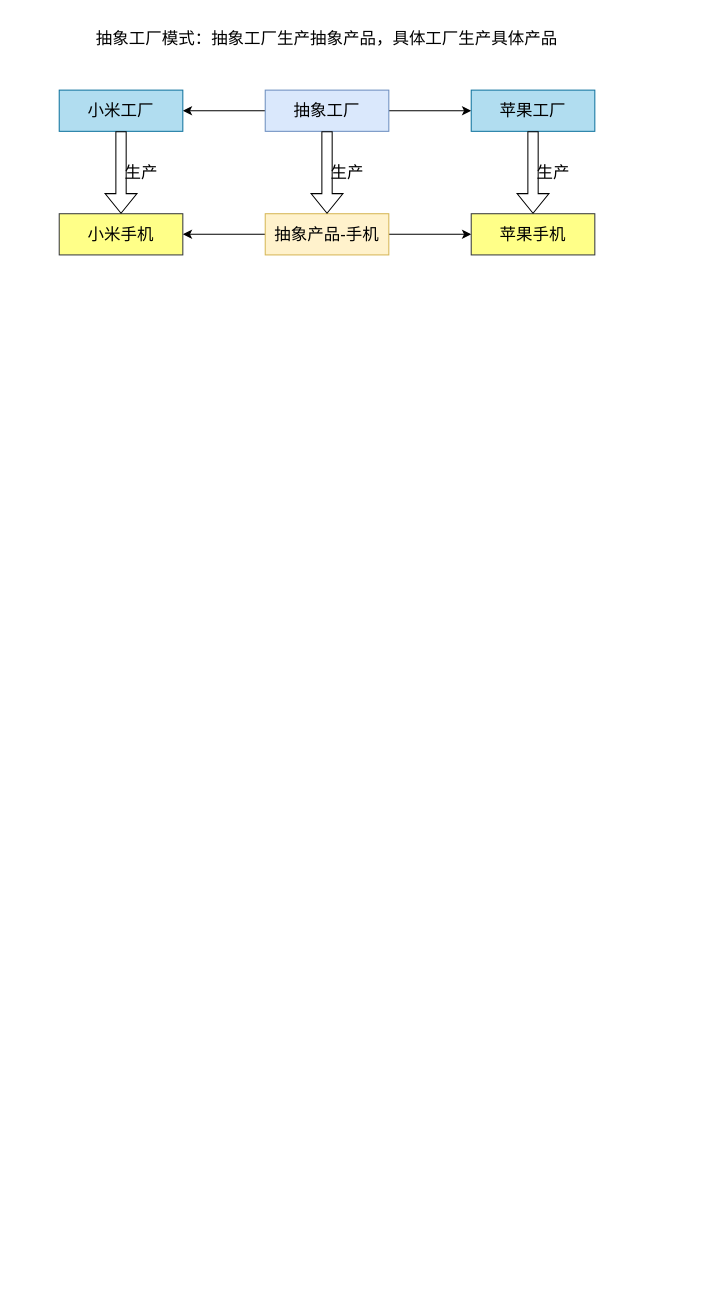
TengDK7/Diagram keeps this draw.io diagram as Untitled Diagram.drawio. Above is the earlier version. Source tidied: cells renumbered, new cells numbered last; positions are measured from the earlier drawing's top-left corner, leaving out a move shared by most shapes. Both pictures are drawn from the tidied source at 103%, with x=0, y=0 at pixel (59, 18).
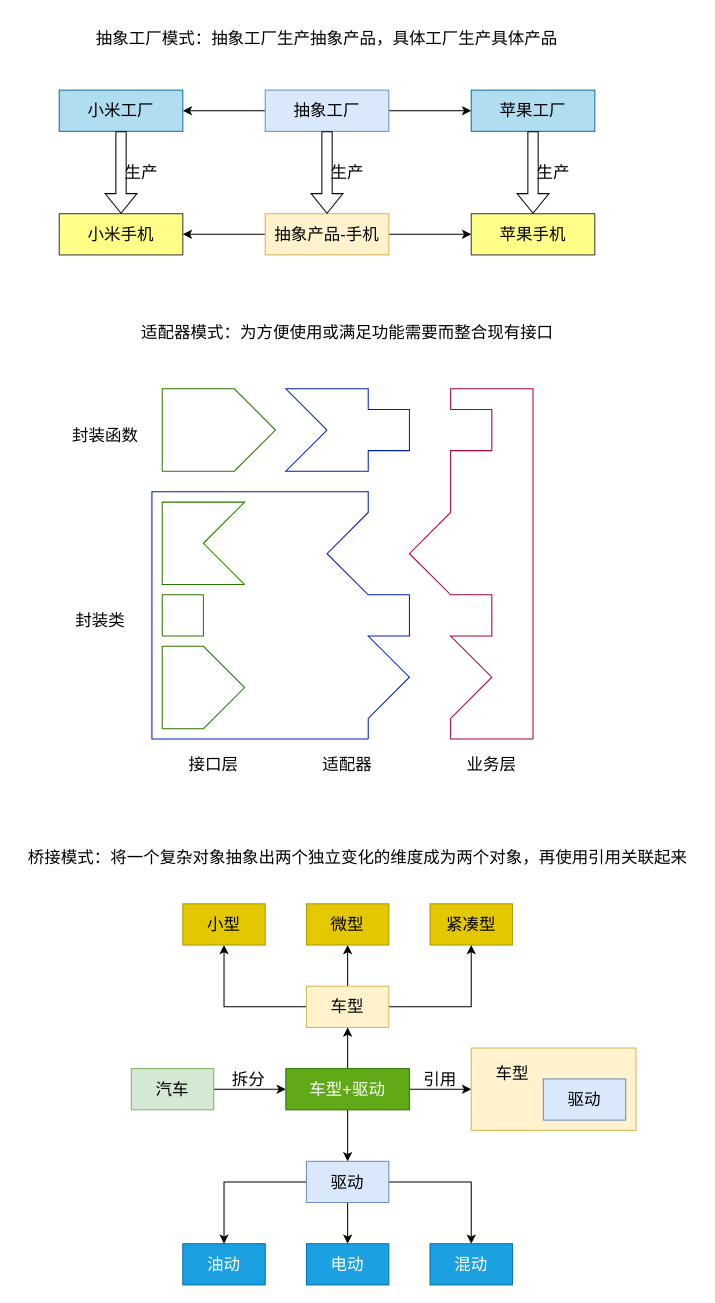
Above is the later version.

Diff of the diagram source:
```diff
@@
+    <mxCell id="19" value="适配器模式：为方便使用或满足功能需要而整合现有接口" style="text;html=1;strokeColor=none;fillColor=none;align=center;verticalAlign=middle;whiteSpace=wrap;rounded=0;fontSize=16;" parent="1" vertex="1">
+      <mxGeometry x="20" y="290" width="520" height="30" as="geometry" />
+    </mxCell>
+    <mxCell id="20" style="endArrow=none;html=1;rounded=0;fontSize=16;fillColor=#60a917;strokeColor=#2D7600;" parent="1" edge="1">
+      <mxGeometry relative="1" as="geometry">
+        <mxPoint x="100" y="400" as="sourcePoint" />
+        <mxPoint x="100" y="400" as="targetPoint" />
+        <Array as="points">
+          <mxPoint x="100" y="440" />
+          <mxPoint x="170" y="440" />
+          <mxPoint x="210" y="400" />
+          <mxPoint x="170" y="360" />
+          <mxPoint x="100" y="360" />
+        </Array>
+      </mxGeometry>
+    </mxCell>
+    <mxCell id="21" style="endArrow=none;html=1;rounded=0;fontSize=16;fillColor=#0050ef;strokeColor=#001DBC;" parent="1" edge="1">
+      <mxGeometry relative="1" as="geometry">
+        <mxPoint x="260" y="400" as="sourcePoint" />
+        <mxPoint x="260" y="400" as="targetPoint" />
+        <Array as="points">
+          <mxPoint x="220" y="440" />
+          <mxPoint x="300" y="440" />
+          <mxPoint x="300" y="420" />
+          <mxPoint x="340" y="420" />
+          <mxPoint x="340" y="380" />
+          <mxPoint x="300" y="380" />
+          <mxPoint x="300" y="360" />
+          <mxPoint x="220" y="360" />
+        </Array>
+      </mxGeometry>
+    </mxCell>
+    <mxCell id="22" style="endArrow=none;html=1;rounded=0;fontSize=16;fillColor=#d80073;strokeColor=#A50040;" parent="1" edge="1">
+      <mxGeometry relative="1" as="geometry">
+        <mxPoint x="460" y="700" as="sourcePoint" />
+        <mxPoint x="460" y="700" as="targetPoint" />
+        <Array as="points">
+          <mxPoint x="460" y="360" />
+          <mxPoint x="380" y="360" />
+          <mxPoint x="380" y="380" />
+          <mxPoint x="420" y="380" />
+          <mxPoint x="420" y="400" />
+          <mxPoint x="420" y="420" />
+          <mxPoint x="380" y="420" />
+          <mxPoint x="380" y="440" />
+          <mxPoint x="380" y="480" />
+          <mxPoint x="340" y="520" />
+          <mxPoint x="380" y="560" />
+          <mxPoint x="420" y="560" />
+          <mxPoint x="420" y="600" />
+          <mxPoint x="380" y="600" />
+          <mxPoint x="420" y="640" />
+          <mxPoint x="380" y="680" />
+          <mxPoint x="380" y="700" />
+        </Array>
+      </mxGeometry>
+    </mxCell>
+    <mxCell id="23" style="endArrow=none;html=1;rounded=0;fontSize=16;fillColor=#0050ef;strokeColor=#001DBC;" parent="1" edge="1">
+      <mxGeometry relative="1" as="geometry">
+        <mxPoint x="300" y="700" as="sourcePoint" />
+        <mxPoint x="300" y="700" as="targetPoint" />
+        <Array as="points">
+          <mxPoint x="300" y="680" />
+          <mxPoint x="340" y="640" />
+          <mxPoint x="300" y="600" />
+          <mxPoint x="340" y="600" />
+          <mxPoint x="340" y="560" />
+          <mxPoint x="300" y="560" />
+          <mxPoint x="260" y="520" />
+          <mxPoint x="300" y="480" />
+          <mxPoint x="300" y="460" />
+          <mxPoint x="90" y="460" />
+          <mxPoint x="90" y="700" />
+        </Array>
+      </mxGeometry>
+    </mxCell>
+    <mxCell id="24" style="endArrow=none;html=1;rounded=0;fontSize=16;fillColor=#60a917;strokeColor=#2D7600;" parent="1" edge="1">
+      <mxGeometry relative="1" as="geometry">
+        <mxPoint x="180" y="550" as="sourcePoint" />
+        <mxPoint x="180" y="550" as="targetPoint" />
+        <Array as="points">
+          <mxPoint x="100" y="550" />
+          <mxPoint x="100" y="470" />
+          <mxPoint x="180" y="470" />
+          <mxPoint x="140" y="510" />
+        </Array>
+      </mxGeometry>
+    </mxCell>
+    <mxCell id="25" style="endArrow=none;html=1;rounded=0;fontSize=16;fillColor=#60a917;strokeColor=#2D7600;" parent="1" edge="1">
+      <mxGeometry relative="1" as="geometry">
+        <mxPoint x="100" y="690" as="sourcePoint" />
+        <mxPoint x="100" y="690" as="targetPoint" />
+        <Array as="points">
+          <mxPoint x="140" y="690" />
+          <mxPoint x="180" y="650" />
+          <mxPoint x="140" y="610" />
+          <mxPoint x="100" y="610" />
+        </Array>
+      </mxGeometry>
+    </mxCell>
+    <mxCell id="26" style="endArrow=none;html=1;rounded=0;fontSize=16;fillColor=#60a917;strokeColor=#2D7600;" parent="1" edge="1">
+      <mxGeometry relative="1" as="geometry">
+        <mxPoint x="100" y="600" as="sourcePoint" />
+        <mxPoint x="100" y="600" as="targetPoint" />
+        <Array as="points">
+          <mxPoint x="140" y="600" />
+          <mxPoint x="140" y="560" />
+          <mxPoint x="100" y="560" />
+        </Array>
+      </mxGeometry>
+    </mxCell>
+    <mxCell id="27" value="业务层" style="text;html=1;strokeColor=none;fillColor=none;align=center;verticalAlign=middle;whiteSpace=wrap;rounded=0;fontSize=16;" parent="1" vertex="1">
+      <mxGeometry x="390" y="710" width="60" height="30" as="geometry" />
+    </mxCell>
+    <mxCell id="28" value="适配器" style="text;html=1;strokeColor=none;fillColor=none;align=center;verticalAlign=middle;whiteSpace=wrap;rounded=0;fontSize=16;" parent="1" vertex="1">
+      <mxGeometry x="250" y="710" width="60" height="30" as="geometry" />
+    </mxCell>
+    <mxCell id="29" value="接口层" style="text;html=1;strokeColor=none;fillColor=none;align=center;verticalAlign=middle;whiteSpace=wrap;rounded=0;fontSize=16;" parent="1" vertex="1">
+      <mxGeometry x="120" y="710" width="60" height="30" as="geometry" />
+    </mxCell>
+    <mxCell id="30" value="封装类" style="text;html=1;strokeColor=none;fillColor=none;align=center;verticalAlign=middle;whiteSpace=wrap;rounded=0;fontSize=16;" parent="1" vertex="1">
+      <mxGeometry x="10" y="570" width="60" height="30" as="geometry" />
+    </mxCell>
+    <mxCell id="31" value="封装函数" style="text;html=1;strokeColor=none;fillColor=none;align=center;verticalAlign=middle;whiteSpace=wrap;rounded=0;fontSize=16;" parent="1" vertex="1">
+      <mxGeometry y="390" width="90" height="30" as="geometry" />
+    </mxCell>
+    <mxCell id="32" value="桥接模式：将一个复杂对象抽象出两个独立变化的维度成为两个对象，再使用引用关联起来" style="text;html=1;strokeColor=none;fillColor=none;align=center;verticalAlign=middle;whiteSpace=wrap;rounded=0;fontSize=16;" parent="1" vertex="1">
+      <mxGeometry x="-40" y="800" width="660" height="30" as="geometry" />
+    </mxCell>
+    <mxCell id="33" style="edgeStyle=orthogonalEdgeStyle;rounded=0;jettySize=auto;html=1;entryX=0.5;entryY=0;entryDx=0;entryDy=0;fontSize=16;" parent="1" edge="1" source="36" target="43">
+      <mxGeometry relative="1" as="geometry" />
+    </mxCell>
+    <mxCell id="34" style="edgeStyle=orthogonalEdgeStyle;rounded=0;jettySize=auto;html=1;entryX=0.5;entryY=0;entryDx=0;entryDy=0;fontSize=16;" parent="1" edge="1" source="36" target="44">
+      <mxGeometry relative="1" as="geometry" />
+    </mxCell>
+    <mxCell id="35" style="edgeStyle=orthogonalEdgeStyle;rounded=0;jettySize=auto;html=1;entryX=0.5;entryY=0;entryDx=0;entryDy=0;fontSize=16;" parent="1" edge="1" source="36" target="45">
+      <mxGeometry relative="1" as="geometry" />
+    </mxCell>
+    <mxCell id="36" value="驱动" style="rounded=0;whiteSpace=wrap;html=1;fontSize=16;fillColor=#dae8fc;strokeColor=#6c8ebf;" parent="1" vertex="1">
+      <mxGeometry x="240" y="1110" width="80" height="40" as="geometry" />
+    </mxCell>
+    <mxCell id="37" style="edgeStyle=orthogonalEdgeStyle;rounded=0;jettySize=auto;html=1;entryX=0.5;entryY=1;entryDx=0;entryDy=0;fontSize=16;" parent="1" edge="1" source="40" target="46">
+      <mxGeometry relative="1" as="geometry" />
+    </mxCell>
+    <mxCell id="38" style="edgeStyle=orthogonalEdgeStyle;rounded=0;jettySize=auto;html=1;entryX=0.5;entryY=1;entryDx=0;entryDy=0;fontSize=16;" parent="1" edge="1" source="40" target="47">
+      <mxGeometry relative="1" as="geometry" />
+    </mxCell>
+    <mxCell id="39" style="edgeStyle=orthogonalEdgeStyle;rounded=0;jettySize=auto;html=1;entryX=0.5;entryY=1;entryDx=0;entryDy=0;fontSize=16;" parent="1" edge="1" source="40" target="48">
+      <mxGeometry relative="1" as="geometry" />
+    </mxCell>
+    <mxCell id="40" value="车型" style="rounded=0;whiteSpace=wrap;html=1;fontSize=16;fillColor=#fff2cc;strokeColor=#d6b656;" parent="1" vertex="1">
+      <mxGeometry x="240" y="940" width="80" height="40" as="geometry" />
+    </mxCell>
+    <mxCell id="41" style="edgeStyle=orthogonalEdgeStyle;rounded=0;jettySize=auto;html=1;entryX=0;entryY=0.5;entryDx=0;entryDy=0;fontSize=16;" parent="1" edge="1" source="42" target="52">
+      <mxGeometry relative="1" as="geometry" />
+    </mxCell>
+    <mxCell id="42" value="汽车" style="rounded=0;whiteSpace=wrap;html=1;fontSize=16;fillColor=#d5e8d4;strokeColor=#82b366;" parent="1" vertex="1">
+      <mxGeometry x="70" y="1020" width="80" height="40" as="geometry" />
+    </mxCell>
+    <mxCell id="43" value="电动" style="rounded=0;whiteSpace=wrap;html=1;fontSize=16;fillColor=#1ba1e2;fontColor=#ffffff;strokeColor=#006EAF;" parent="1" vertex="1">
+      <mxGeometry x="240" y="1190" width="80" height="40" as="geometry" />
+    </mxCell>
+    <mxCell id="44" value="油动" style="rounded=0;whiteSpace=wrap;html=1;fontSize=16;fillColor=#1ba1e2;fontColor=#ffffff;strokeColor=#006EAF;" parent="1" vertex="1">
+      <mxGeometry x="120" y="1190" width="80" height="40" as="geometry" />
+    </mxCell>
+    <mxCell id="45" value="混动" style="rounded=0;whiteSpace=wrap;html=1;fontSize=16;fillColor=#1ba1e2;fontColor=#ffffff;strokeColor=#006EAF;" parent="1" vertex="1">
+      <mxGeometry x="360" y="1190" width="80" height="40" as="geometry" />
+    </mxCell>
+    <mxCell id="46" value="小型" style="rounded=0;whiteSpace=wrap;html=1;fontSize=16;fillColor=#e3c800;fontColor=#000000;strokeColor=#B09500;" parent="1" vertex="1">
+      <mxGeometry x="120" y="860" width="80" height="40" as="geometry" />
+    </mxCell>
+    <mxCell id="47" value="微型" style="rounded=0;whiteSpace=wrap;html=1;fontSize=16;fillColor=#e3c800;fontColor=#000000;strokeColor=#B09500;" parent="1" vertex="1">
+      <mxGeometry x="240" y="860" width="80" height="40" as="geometry" />
+    </mxCell>
+    <mxCell id="48" value="紧凑型" style="rounded=0;whiteSpace=wrap;html=1;fontSize=16;fillColor=#e3c800;fontColor=#000000;strokeColor=#B09500;" parent="1" vertex="1">
+      <mxGeometry x="360" y="860" width="80" height="40" as="geometry" />
+    </mxCell>
+    <mxCell id="49" style="edgeStyle=orthogonalEdgeStyle;rounded=0;jettySize=auto;html=1;entryX=0.5;entryY=0;entryDx=0;entryDy=0;fontSize=16;" parent="1" edge="1" source="52" target="36">
+      <mxGeometry relative="1" as="geometry" />
+    </mxCell>
+    <mxCell id="50" style="edgeStyle=orthogonalEdgeStyle;rounded=0;jettySize=auto;html=1;entryX=0.5;entryY=1;entryDx=0;entryDy=0;fontSize=16;" parent="1" edge="1" source="52" target="40">
+      <mxGeometry relative="1" as="geometry" />
+    </mxCell>
+    <mxCell id="51" style="edgeStyle=orthogonalEdgeStyle;rounded=0;jettySize=auto;html=1;entryX=0;entryY=0.5;entryDx=0;entryDy=0;fontSize=16;" parent="1" edge="1" source="52" target="54">
+      <mxGeometry relative="1" as="geometry" />
+    </mxCell>
+    <mxCell id="52" value="车型+驱动" style="rounded=0;whiteSpace=wrap;html=1;fontSize=16;fillColor=#60a917;fontColor=#ffffff;strokeColor=#2D7600;" parent="1" vertex="1">
+      <mxGeometry x="220" y="1020" width="120" height="40" as="geometry" />
+    </mxCell>
+    <mxCell id="53" value="拆分" style="text;html=1;strokeColor=none;fillColor=none;align=center;verticalAlign=middle;whiteSpace=wrap;rounded=0;fontSize=16;" parent="1" vertex="1">
+      <mxGeometry x="154" y="1020" width="60" height="20" as="geometry" />
+    </mxCell>
+    <mxCell id="54" style="rounded=0;whiteSpace=wrap;html=1;fontSize=16;fillColor=#fff2cc;strokeColor=#d6b656;" parent="1" vertex="1">
+      <mxGeometry x="400" y="1000" width="160" height="80" as="geometry" />
+    </mxCell>
+    <mxCell id="55" value="驱动" style="rounded=0;whiteSpace=wrap;html=1;fontSize=16;fillColor=#dae8fc;strokeColor=#6c8ebf;" parent="1" vertex="1">
+      <mxGeometry x="470" y="1030" width="80" height="40" as="geometry" />
+    </mxCell>
+    <mxCell id="56" value="车型" style="text;html=1;strokeColor=none;fillColor=none;align=center;verticalAlign=middle;whiteSpace=wrap;rounded=0;fontSize=16;" parent="1" vertex="1">
+      <mxGeometry x="410" y="1010" width="60" height="30" as="geometry" />
+    </mxCell>
+    <mxCell id="57" value="引用" style="text;html=1;strokeColor=none;fillColor=none;align=center;verticalAlign=middle;whiteSpace=wrap;rounded=0;fontSize=16;" parent="1" vertex="1">
+      <mxGeometry x="340" y="1020" width="60" height="20" as="geometry" />
+    </mxCell>
```
